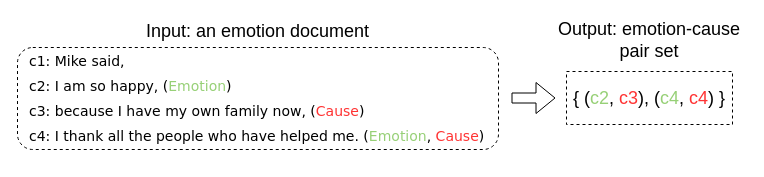
This is doc_example.drawio from zhoucz97/paper_figure, a draw.io file, before an edit. Source tidied: cells renumbered, new cells numbered last; positions are measured from the earlier drawing's top-left corner, leaving out a move shared by most shapes. Both pictures are drawn from the tidied source at 100%, with x=0, y=0 at pixel (17, 17).
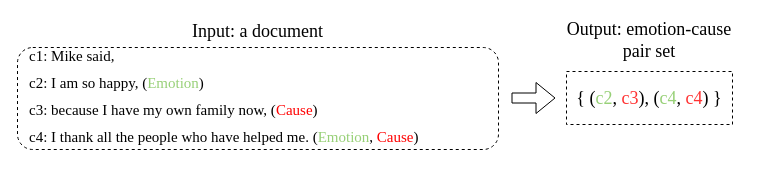
The same page after the edit.

What changed in the source:
```diff
@@
 <mxGraphModel>
   <root>
     <mxCell id="0" />
     <mxCell id="1" parent="0" />
     <mxCell id="2" style="rounded=1;whiteSpace=wrap;html=1;dashed=1;strokeWidth=1;perimeterSpacing=1;" parent="1" vertex="1">
       <mxGeometry y="30" width="481" height="102" as="geometry" />
     </mxCell>
-    <mxCell id="3" value="&lt;p&gt;&lt;font face=&quot;Verdana&quot; style=&quot;line-height: 200%&quot;&gt;&lt;font style=&quot;font-size: 14px&quot;&gt;&lt;font&gt;c1: Mike said,&lt;br&gt;&lt;/font&gt;&lt;font&gt;c2: I am so happy, (&lt;font color=&quot;#97d077&quot;&gt;Emotion&lt;/font&gt;)&lt;br&gt;&lt;/font&gt;&lt;font&gt;c3: because I have my own family now, (&lt;font color=&quot;#ff3333&quot;&gt;Cause&lt;/font&gt;)&lt;br&gt;&lt;/font&gt;&lt;font&gt;c4: I thank all the people who have helped me. (&lt;font color=&quot;#97d077&quot;&gt;Emotion&lt;/font&gt;,&lt;font color=&quot;#ea6b66&quot;&gt; &lt;/font&gt;&lt;font color=&quot;#ff3333&quot;&gt;Cause&lt;/font&gt;)&lt;/font&gt;&lt;/font&gt;&lt;br&gt;&lt;/font&gt;&lt;/p&gt;" style="text;html=1;strokeColor=none;fillColor=none;align=left;verticalAlign=middle;whiteSpace=wrap;rounded=0;strokeWidth=9;perimeterSpacing=1;" parent="1" vertex="1">
-      <mxGeometry x="10" y="28" width="473" height="105" as="geometry" />
+    <mxCell id="3" value="&lt;p style=&quot;line-height: 80% ; font-size: 15px&quot;&gt;&lt;font style=&quot;font-size: 15px&quot; face=&quot;Times New Roman&quot;&gt;c1: Mike said,&lt;/font&gt;&lt;/p&gt;&lt;p style=&quot;line-height: 80% ; font-size: 15px&quot;&gt;&lt;font style=&quot;font-size: 15px&quot; face=&quot;Times New Roman&quot;&gt;c2: I am so happy, (&lt;font color=&quot;#97d077&quot;&gt;Emotion&lt;/font&gt;)&lt;/font&gt;&lt;/p&gt;&lt;p style=&quot;line-height: 80% ; font-size: 15px&quot;&gt;&lt;font style=&quot;font-size: 15px&quot; face=&quot;Times New Roman&quot;&gt;c3: because I have my own family now, (&lt;font color=&quot;#ff0000&quot;&gt;Cause&lt;/font&gt;)&lt;/font&gt;&lt;/p&gt;&lt;p style=&quot;line-height: 80% ; font-size: 15px&quot;&gt;&lt;font style=&quot;font-size: 15px&quot; face=&quot;Times New Roman&quot;&gt;c4: I thank all the people who have helped me. (&lt;font color=&quot;#97d077&quot;&gt;Emotion&lt;/font&gt;, &lt;font color=&quot;#ff0000&quot;&gt;Cause&lt;/font&gt;)&lt;/font&gt;&lt;/p&gt;&lt;p&gt;&lt;/p&gt;" style="text;html=1;strokeColor=none;fillColor=none;align=left;verticalAlign=middle;whiteSpace=wrap;rounded=0;strokeWidth=9;perimeterSpacing=1;" parent="1" vertex="1">
+      <mxGeometry x="10" y="31" width="473" height="95" as="geometry" />
     </mxCell>
-    <mxCell id="4" value="&lt;font style=&quot;font-size: 18px&quot;&gt;Input: an emotion document&lt;/font&gt;" style="text;html=1;strokeColor=none;fillColor=none;align=center;verticalAlign=middle;whiteSpace=wrap;rounded=0;dashed=1;" parent="1" vertex="1">
+    <mxCell id="4" value="&lt;font style=&quot;font-size: 18px&quot; face=&quot;Times New Roman&quot;&gt;Input: a document&lt;/font&gt;" style="text;html=1;strokeColor=none;fillColor=none;align=center;verticalAlign=middle;whiteSpace=wrap;rounded=0;dashed=1;" parent="1" vertex="1">
       <mxGeometry x="119" width="243" height="28" as="geometry" />
     </mxCell>
-    <mxCell id="5" value="&lt;font style=&quot;font-size: 18px&quot;&gt;Output:&amp;nbsp;emotion-cause pair set&lt;/font&gt;" style="text;html=1;strokeColor=none;fillColor=none;align=center;verticalAlign=middle;whiteSpace=wrap;rounded=0;dashed=1;" parent="1" vertex="1">
+    <mxCell id="5" value="&lt;font style=&quot;font-size: 18px&quot; face=&quot;Times New Roman&quot;&gt;Output:&amp;nbsp;emotion-cause pair set&lt;/font&gt;" style="text;html=1;strokeColor=none;fillColor=none;align=center;verticalAlign=middle;whiteSpace=wrap;rounded=0;dashed=1;" parent="1" vertex="1">
       <mxGeometry x="535" y="9" width="194" height="28" as="geometry" />
     </mxCell>
-    <mxCell id="6" value="&lt;font style=&quot;font-size: 18px&quot;&gt;{ (&lt;font color=&quot;#97d077&quot;&gt;c2&lt;/font&gt;, &lt;font color=&quot;#ff3333&quot;&gt;c3&lt;/font&gt;), (&lt;font color=&quot;#97d077&quot;&gt;c4&lt;/font&gt;, &lt;font color=&quot;#ff3333&quot;&gt;c4&lt;/font&gt;) }&lt;/font&gt;" style="rounded=0;whiteSpace=wrap;html=1;dashed=1;strokeWidth=1;" parent="1" vertex="1">
+    <mxCell id="6" value="&lt;font style=&quot;font-size: 18px&quot; face=&quot;Times New Roman&quot;&gt;{ (&lt;font color=&quot;#97d077&quot;&gt;c2&lt;/font&gt;, &lt;font color=&quot;#ff3333&quot;&gt;c3&lt;/font&gt;), (&lt;font color=&quot;#97d077&quot;&gt;c4&lt;/font&gt;, &lt;font color=&quot;#ff3333&quot;&gt;c4&lt;/font&gt;) }&lt;/font&gt;" style="rounded=0;whiteSpace=wrap;html=1;dashed=1;strokeWidth=1;" parent="1" vertex="1">
       <mxGeometry x="549" y="54" width="166" height="53" as="geometry" />
     </mxCell>
     <mxCell id="7" style="endArrow=classic;html=1;shape=flexArrow;" parent="1" edge="1">
       <mxGeometry relative="1" as="geometry">
         <mxPoint x="494" y="80.5" as="sourcePoint" />
         <mxPoint x="538" y="80.5" as="targetPoint" />
       </mxGeometry>
     </mxCell>
   </root>
 </mxGraphModel>
```
